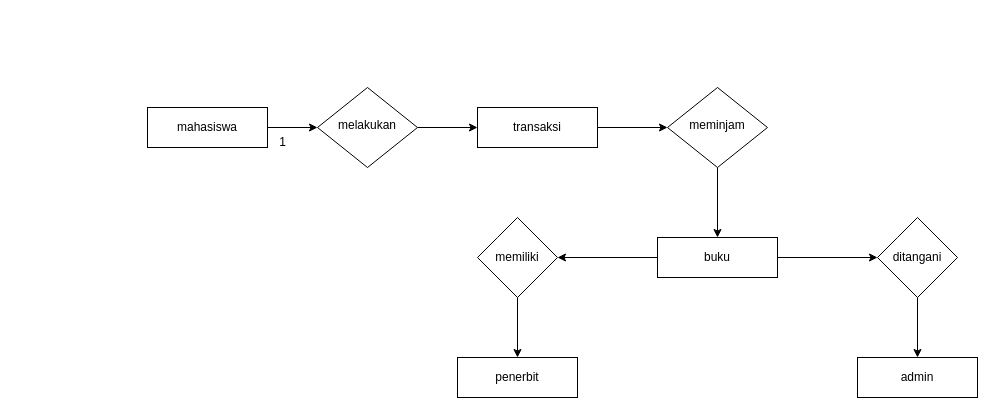
Above: perpustakaan.drawio in vinnnna/sistem-basis-data (draw.io), before the change. Source tidied: cells renumbered, new cells numbered last; positions are measured from the earlier drawing's top-left corner, leaving out a move shared by most shapes. Both pictures are drawn from the tidied source at 100%, with x=0, y=0 at pixel (147, 87).
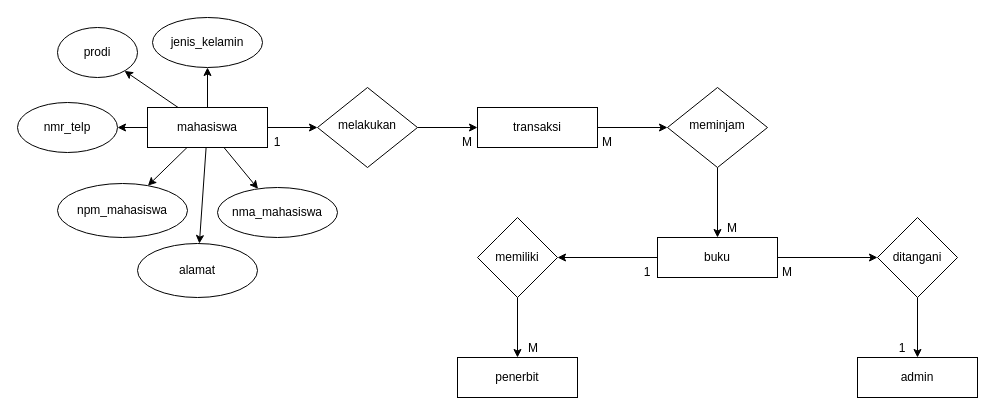
The same diagram, later.

Unchanged cells that the change refers to:
```xml
<mxCell id="3" value="mahasiswa" style="rounded=1;whiteSpace=wrap;html=1;fontSize=12;glass=0;strokeWidth=1;shadow=0;arcSize=0;" parent="1" vertex="1">
  <mxGeometry y="20" width="120" height="40" as="geometry" />
</mxCell>
```

Diff of the diagram source:
```diff
@@
+    <mxCell id="20" style="rounded=0;jettySize=auto;html=1;" parent="1" edge="1" source="3" target="34">
+      <mxGeometry relative="1" as="geometry" />
+    </mxCell>
+    <mxCell id="21" style="rounded=0;jettySize=auto;html=1;" parent="1" edge="1" source="3" target="35">
+      <mxGeometry relative="1" as="geometry" />
+    </mxCell>
+    <mxCell id="22" style="rounded=0;jettySize=auto;html=1;" parent="1" edge="1" source="3" target="36">
+      <mxGeometry relative="1" as="geometry" />
+    </mxCell>
+    <mxCell id="23" style="rounded=0;jettySize=auto;html=1;" parent="1" edge="1" source="3" target="37">
+      <mxGeometry relative="1" as="geometry" />
+    </mxCell>
+    <mxCell id="24" style="edgeStyle=orthogonalEdgeStyle;rounded=0;jettySize=auto;html=1;" parent="1" edge="1" source="3" target="38">
+      <mxGeometry relative="1" as="geometry" />
+    </mxCell>
+    <mxCell id="25" style="rounded=0;jettySize=auto;html=1;" parent="1" edge="1" source="3" target="39">
+      <mxGeometry relative="1" as="geometry" />
+    </mxCell>
@@
-    <mxCell id="19" value="1" style="text;html=1;align=center;verticalAlign=middle;strokeColor=none;fillColor=none;" parent="1" vertex="1">
-      <mxGeometry x="120" y="40" width="30" height="30" as="geometry" />
-    </mxCell>
+    <mxCell id="26" value="1" style="text;html=1;strokeColor=none;fillColor=none;align=center;verticalAlign=middle;whiteSpace=wrap;rounded=0;" parent="1" vertex="1">
+      <mxGeometry x="100" y="40" width="60" height="30" as="geometry" />
+    </mxCell>
+    <mxCell id="27" value="M" style="text;html=1;strokeColor=none;fillColor=none;align=center;verticalAlign=middle;whiteSpace=wrap;rounded=0;" parent="1" vertex="1">
+      <mxGeometry x="290" y="40" width="60" height="30" as="geometry" />
+    </mxCell>
+    <mxCell id="28" value="M" style="text;html=1;strokeColor=none;fillColor=none;align=center;verticalAlign=middle;whiteSpace=wrap;rounded=0;" parent="1" vertex="1">
+      <mxGeometry x="430" y="40" width="60" height="30" as="geometry" />
+    </mxCell>
+    <mxCell id="29" value="M" style="text;html=1;strokeColor=none;fillColor=none;align=center;verticalAlign=middle;whiteSpace=wrap;rounded=0;" parent="1" vertex="1">
+      <mxGeometry x="555" y="126" width="60" height="30" as="geometry" />
+    </mxCell>
+    <mxCell id="30" value="M" style="text;html=1;strokeColor=none;fillColor=none;align=center;verticalAlign=middle;whiteSpace=wrap;rounded=0;" parent="1" vertex="1">
+      <mxGeometry x="356" y="246" width="60" height="30" as="geometry" />
+    </mxCell>
+    <mxCell id="31" value="1" style="text;html=1;strokeColor=none;fillColor=none;align=center;verticalAlign=middle;whiteSpace=wrap;rounded=0;" parent="1" vertex="1">
+      <mxGeometry x="470" y="170" width="60" height="30" as="geometry" />
+    </mxCell>
+    <mxCell id="32" value="M" style="text;html=1;strokeColor=none;fillColor=none;align=center;verticalAlign=middle;whiteSpace=wrap;rounded=0;" parent="1" vertex="1">
+      <mxGeometry x="610" y="170" width="60" height="30" as="geometry" />
+    </mxCell>
+    <mxCell id="33" value="1" style="text;html=1;strokeColor=none;fillColor=none;align=center;verticalAlign=middle;whiteSpace=wrap;rounded=0;" parent="1" vertex="1">
+      <mxGeometry x="725" y="246" width="60" height="30" as="geometry" />
+    </mxCell>
+    <mxCell id="34" value="npm_mahasiswa" style="ellipse;whiteSpace=wrap;html=1;rounded=1;glass=0;strokeWidth=1;shadow=0;arcSize=0;" parent="1" vertex="1">
+      <mxGeometry x="-90" y="96" width="130" height="54" as="geometry" />
+    </mxCell>
+    <mxCell id="35" value="nma_mahasiswa" style="ellipse;whiteSpace=wrap;html=1;rounded=1;glass=0;strokeWidth=1;shadow=0;arcSize=0;" parent="1" vertex="1">
+      <mxGeometry x="70" y="100" width="120" height="50" as="geometry" />
+    </mxCell>
+    <mxCell id="36" value="prodi" style="ellipse;whiteSpace=wrap;html=1;rounded=1;glass=0;strokeWidth=1;shadow=0;arcSize=0;" parent="1" vertex="1">
+      <mxGeometry x="-90" y="-60" width="80" height="50" as="geometry" />
+    </mxCell>
+    <mxCell id="37" value="jenis_kelamin" style="ellipse;whiteSpace=wrap;html=1;rounded=1;glass=0;strokeWidth=1;shadow=0;arcSize=0;" parent="1" vertex="1">
+      <mxGeometry x="5" y="-70" width="110" height="50" as="geometry" />
+    </mxCell>
+    <mxCell id="38" value="nmr_telp" style="ellipse;whiteSpace=wrap;html=1;rounded=1;glass=0;strokeWidth=1;shadow=0;arcSize=0;" parent="1" vertex="1">
+      <mxGeometry x="-130" y="15" width="100" height="50" as="geometry" />
+    </mxCell>
+    <mxCell id="39" value="alamat" style="ellipse;whiteSpace=wrap;html=1;" parent="1" vertex="1">
+      <mxGeometry x="-10" y="156" width="120" height="54" as="geometry" />
+    </mxCell>
```
